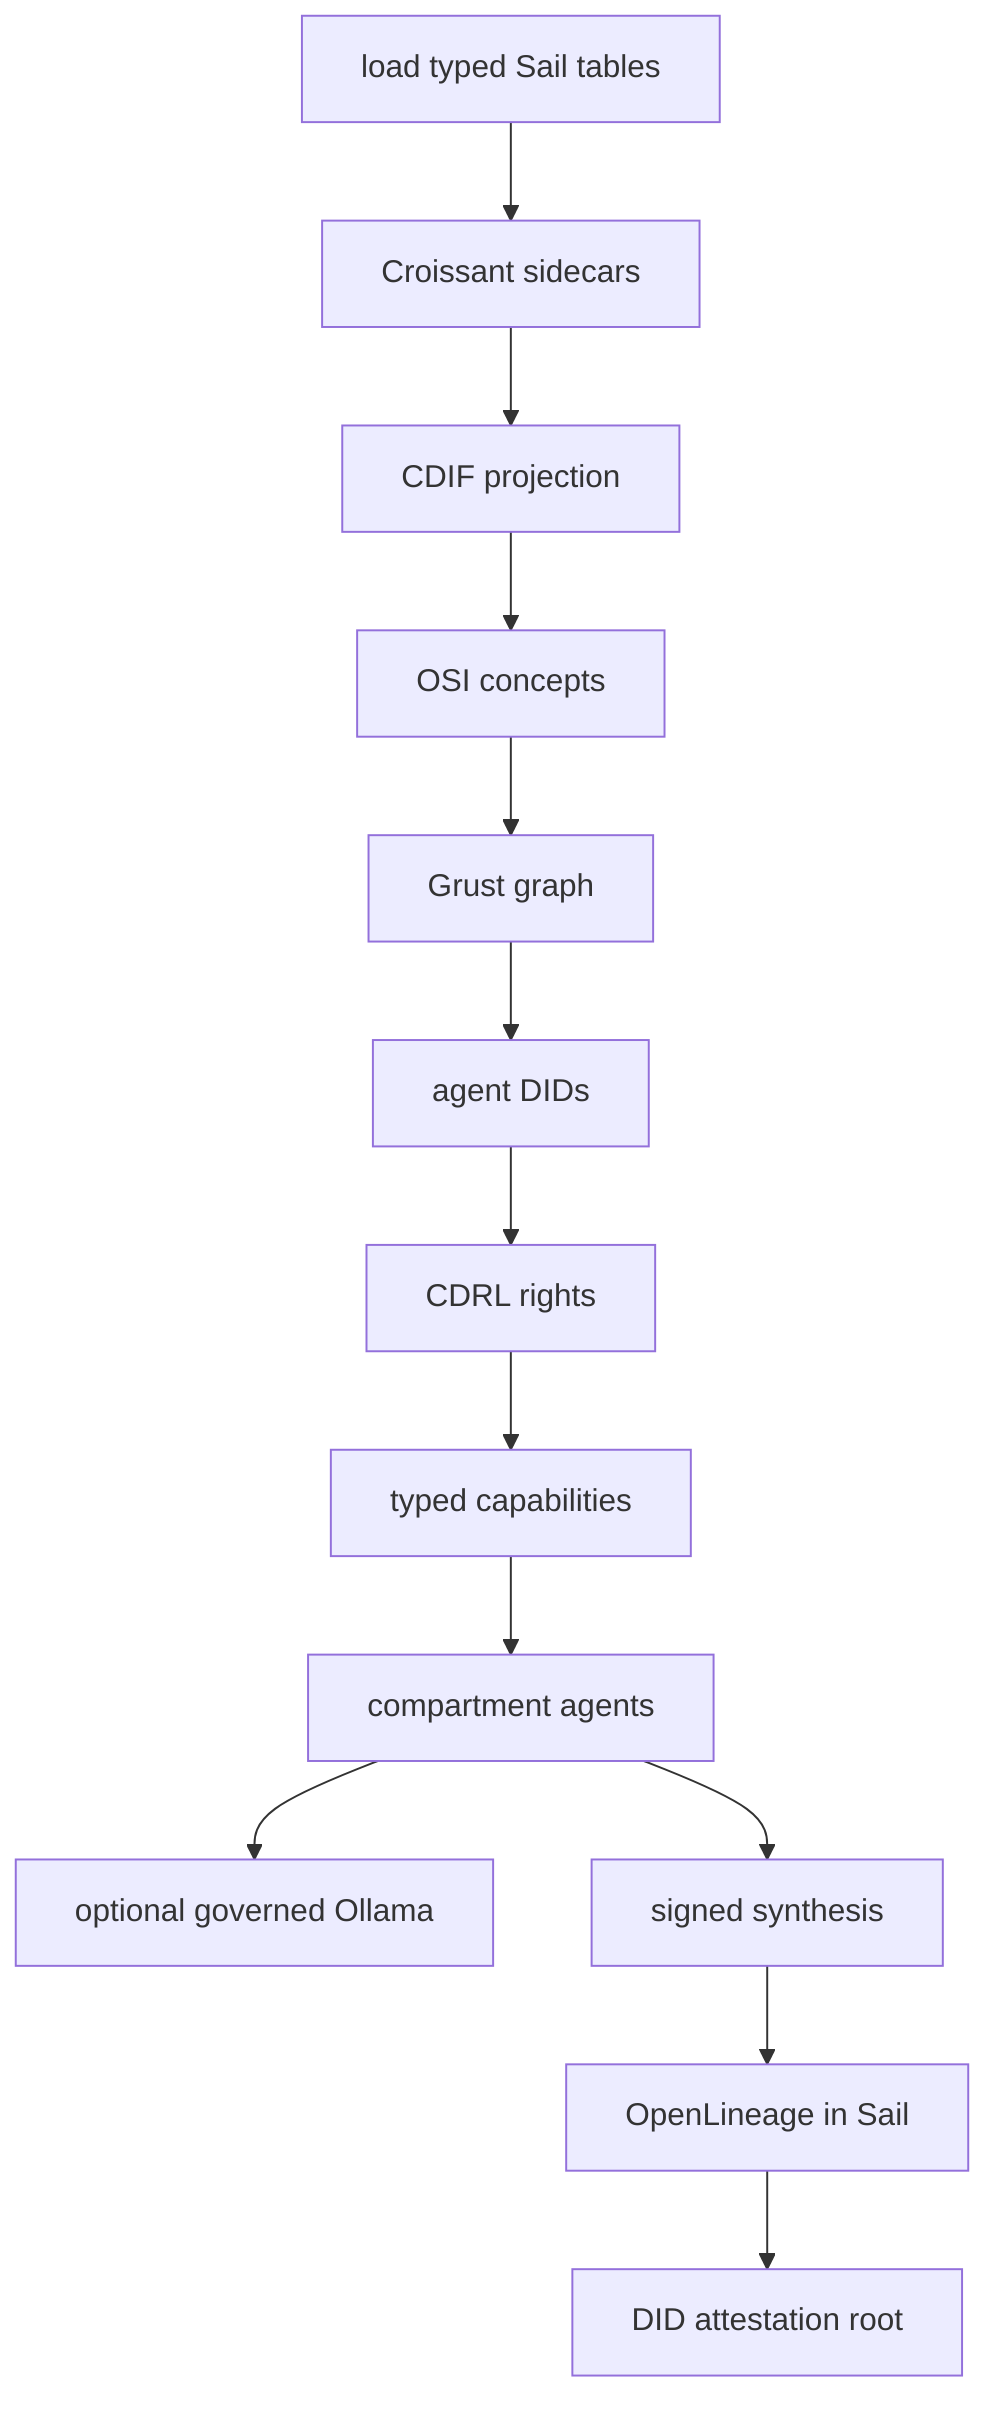
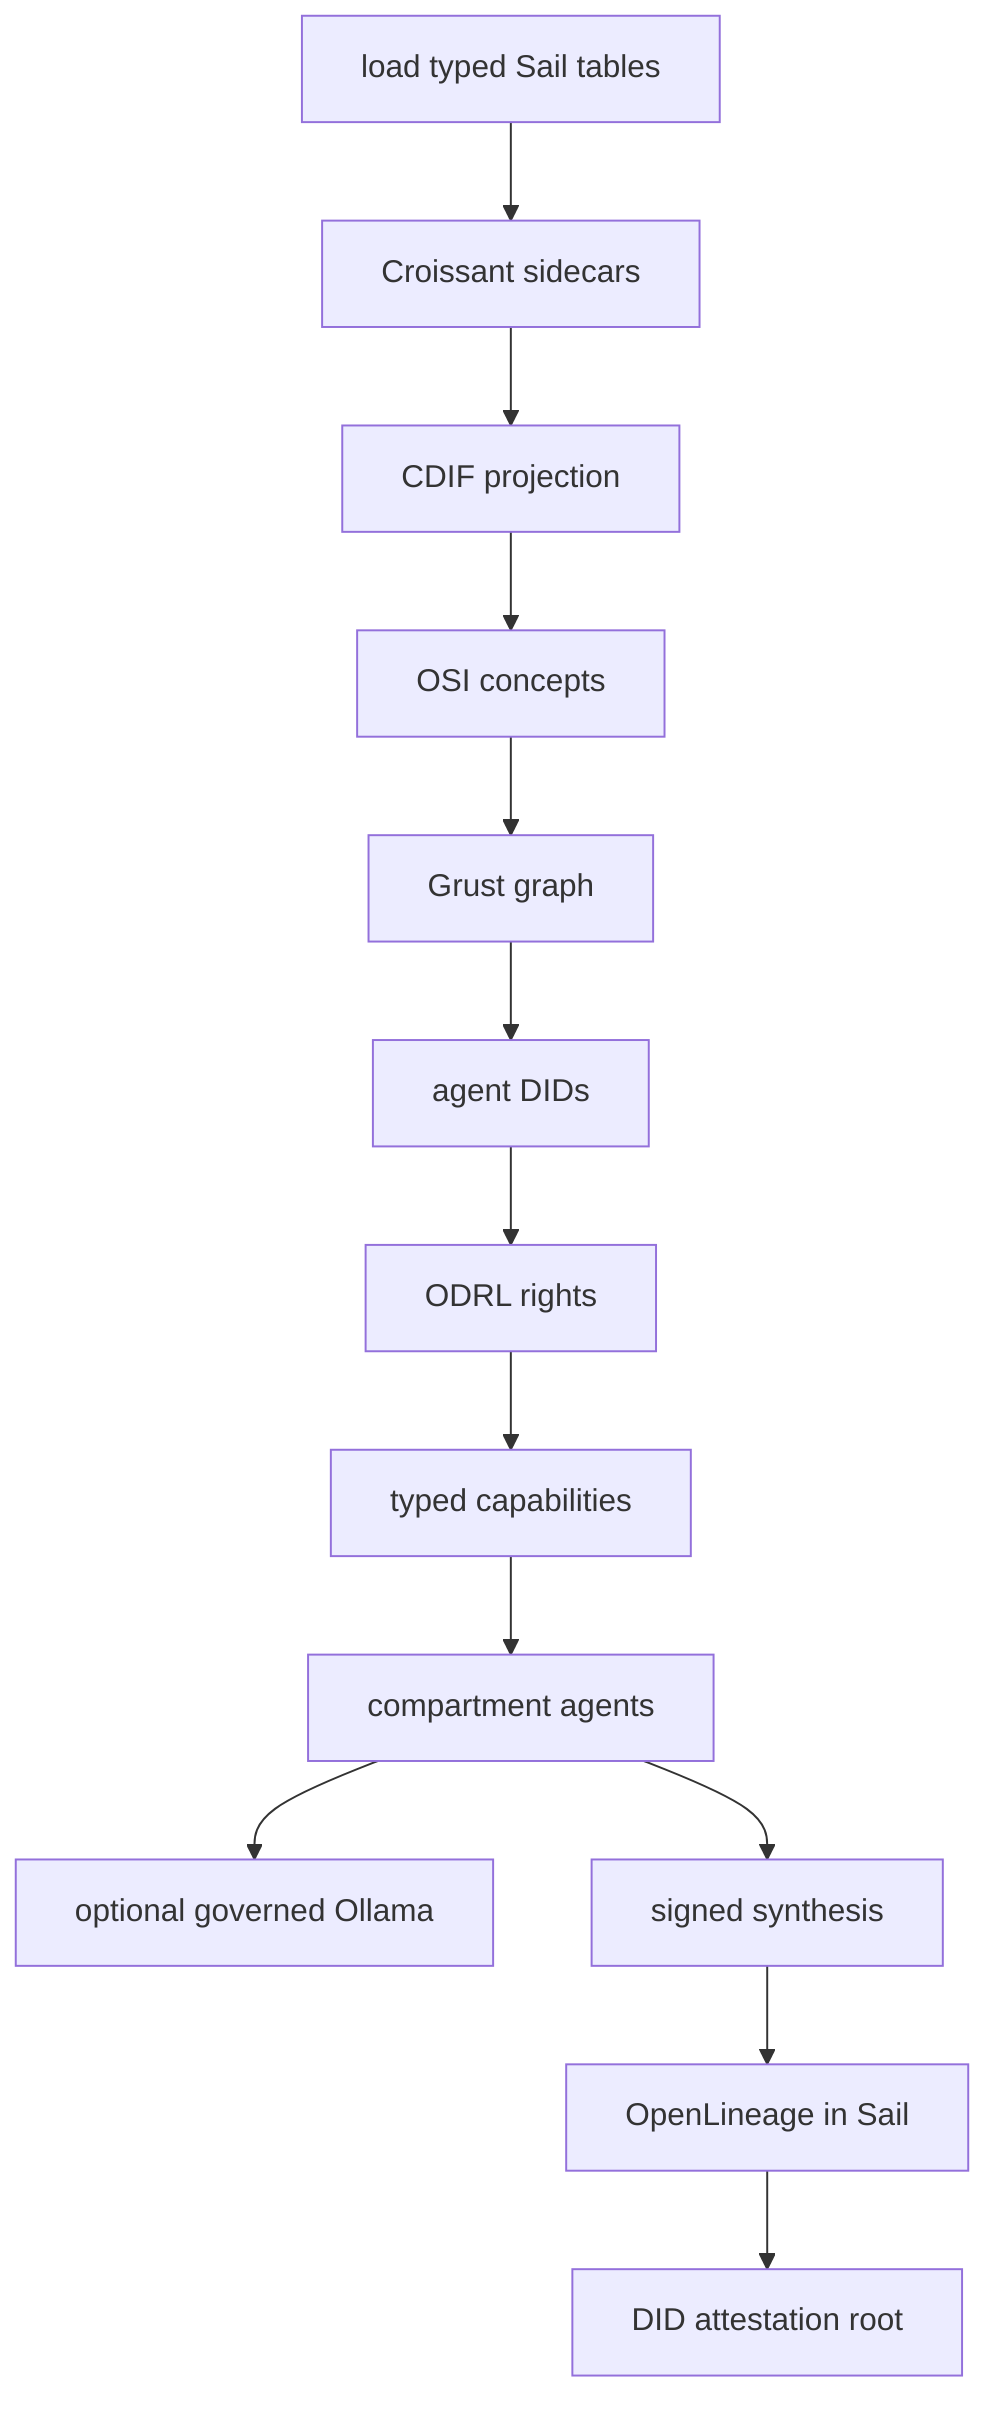
flowchart TD
    Load["load typed Sail tables"] --> Croissant["Croissant sidecars"]
    Croissant --> CDIF["CDIF projection"]
    CDIF --> OSI["OSI concepts"]
    OSI --> Grust["Grust graph"]
    Grust --> DID["agent DIDs"]
-     DID --> CDRL["CDRL rights"]
-     CDRL --> TypeSec["typed capabilities"]
+     DID --> ODRL["ODRL rights"]
+     ODRL --> TypeSec["typed capabilities"]
    TypeSec --> Agents["compartment agents"]
    Agents --> Ollama["optional governed Ollama"]
    Agents --> Synthesis["signed synthesis"]
    Synthesis --> OpenLineage["OpenLineage in Sail"]
    OpenLineage --> Attestation["DID attestation root"]
